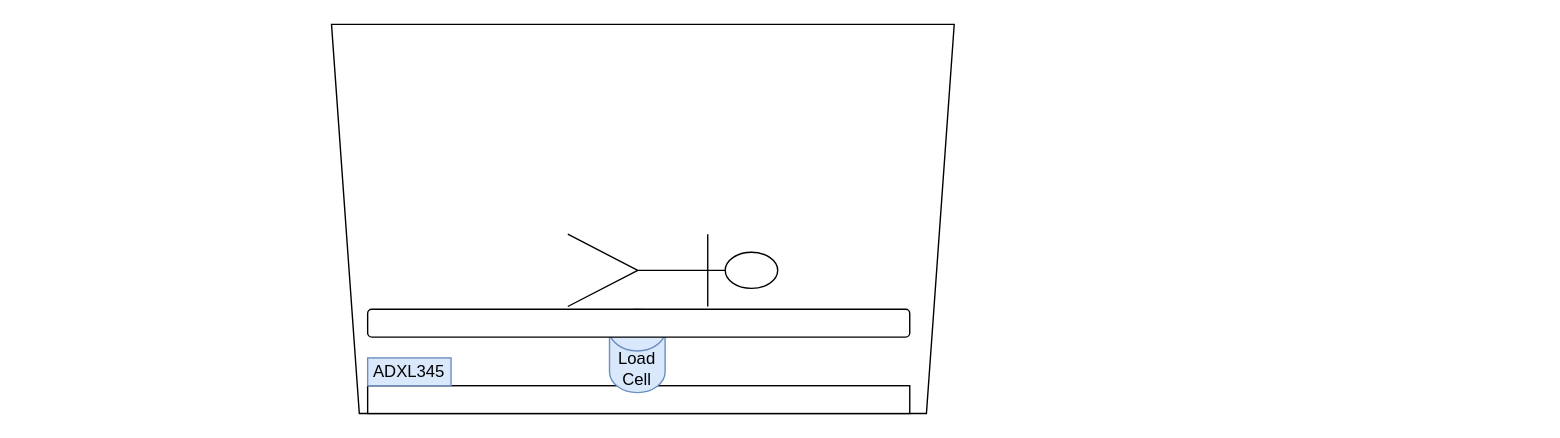
Above: sensor_placement_diagram.drawio in goblingift/DrawIO (draw.io), before the change. Source tidied: cells renumbered, new cells numbered last; positions are measured from the earlier drawing's top-left corner, leaving out a move shared by most shapes. Both pictures are drawn from the tidied source at 139%, with x=0, y=0 at pixel (331, 24). Pictures stored in the file or linked from it are replaced by grey dashed boxes.
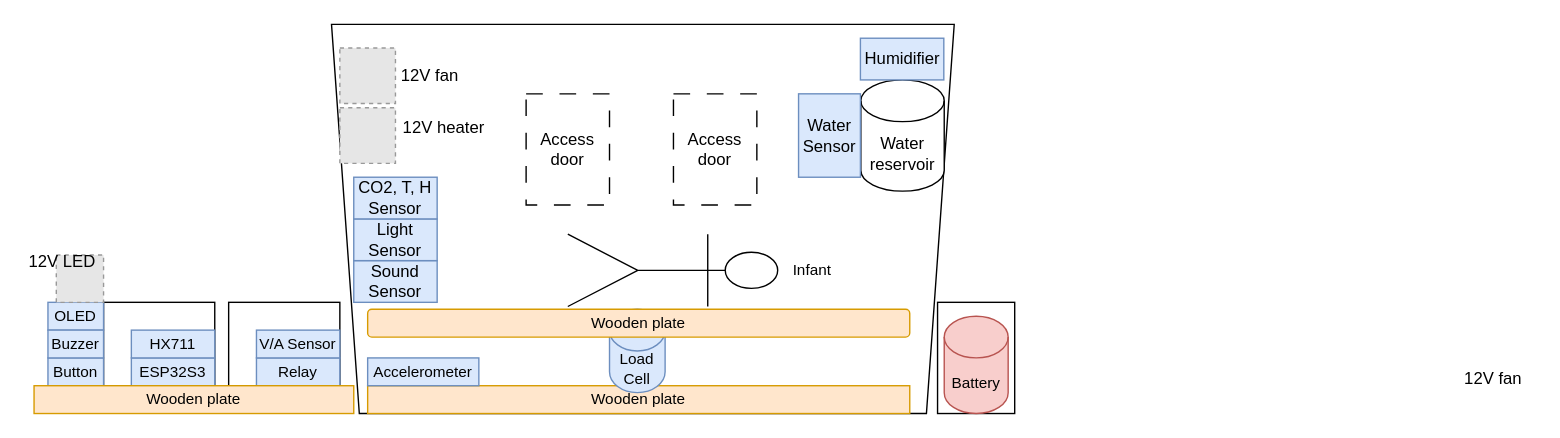
After the change.

What changed in the source:
```diff
@@
-    <mxCell id="2" style="shape=trapezoid;perimeter=trapezoidPerimeter;whiteSpace=wrap;html=1;fixedSize=1;rotation=-180;" parent="1" vertex="1">
+    <mxCell id="2" style="shape=trapezoid;perimeter=trapezoidPerimeter;whiteSpace=wrap;html=1;fixedSize=1;rotation=-180;fontSize=11;" parent="1" vertex="1">
       <mxGeometry width="448" height="280" as="geometry" />
     </mxCell>
-    <mxCell id="3" style="rounded=0;whiteSpace=wrap;html=1;" parent="1" vertex="1">
+    <mxCell id="3" value="Wooden plate" style="rounded=0;whiteSpace=wrap;html=1;fillColor=#ffe6cc;strokeColor=#d79b00;fontSize=11;" parent="1" vertex="1">
       <mxGeometry x="26" y="260" width="390" height="20" as="geometry" />
     </mxCell>
-    <mxCell id="4" value="Load&lt;div&gt;Cell&lt;/div&gt;" style="shape=cylinder3;whiteSpace=wrap;html=1;boundedLbl=1;backgroundOutline=1;size=15;fillColor=#dae8fc;strokeColor=#6c8ebf;" parent="1" vertex="1">
+    <mxCell id="4" value="Load&lt;div&gt;Cell&lt;/div&gt;" style="shape=cylinder3;whiteSpace=wrap;html=1;boundedLbl=1;backgroundOutline=1;size=15;fillColor=#dae8fc;strokeColor=#6c8ebf;fontSize=11;" parent="1" vertex="1">
       <mxGeometry x="200" y="205" width="40" height="60" as="geometry" />
     </mxCell>
-    <mxCell id="5" style="rounded=1;whiteSpace=wrap;html=1;" parent="1" vertex="1">
+    <mxCell id="5" value="Wooden plate" style="rounded=1;whiteSpace=wrap;html=1;fillColor=#ffe6cc;strokeColor=#d79b00;fontSize=11;" parent="1" vertex="1">
       <mxGeometry x="26" y="205" width="390" height="20" as="geometry" />
     </mxCell>
-    <mxCell id="6" value="ADXL345" style="rounded=0;whiteSpace=wrap;html=1;fillColor=#dae8fc;strokeColor=#6c8ebf;" parent="1" vertex="1">
-      <mxGeometry x="26" y="240" width="60" height="20" as="geometry" />
+    <mxCell id="6" value="Accelerometer" style="rounded=0;whiteSpace=wrap;html=1;fillColor=#dae8fc;strokeColor=#6c8ebf;fontSize=11;" parent="1" vertex="1">
+      <mxGeometry x="26" y="240" width="80" height="20" as="geometry" />
     </mxCell>
-    <mxCell id="7" style="shape=umlActor;verticalLabelPosition=bottom;verticalAlign=top;html=1;rotation=90;" parent="1" vertex="1">
+    <mxCell id="7" style="shape=umlActor;verticalLabelPosition=bottom;verticalAlign=top;html=1;rotation=90;fontSize=11;" parent="1" vertex="1">
       <mxGeometry x="219.5" y="101.5" width="52" height="151" as="geometry" />
     </mxCell>
+    <mxCell id="8" style="rounded=0;whiteSpace=wrap;html=1;fontSize=11;" parent="1" vertex="1">
+      <mxGeometry x="-74" y="200" width="80" height="60" as="geometry" />
+    </mxCell>
+    <mxCell id="9" style="rounded=0;whiteSpace=wrap;html=1;fontSize=11;" parent="1" vertex="1">
+      <mxGeometry x="-164" y="200" width="80" height="60" as="geometry" />
+    </mxCell>
+    <mxCell id="10" value="OLED" style="rounded=0;whiteSpace=wrap;html=1;fillColor=#dae8fc;strokeColor=#6c8ebf;fontSize=11;" parent="1" vertex="1">
+      <mxGeometry x="-204" y="200" width="40" height="20" as="geometry" />
+    </mxCell>
+    <mxCell id="11" value="Button" style="rounded=0;whiteSpace=wrap;html=1;fillColor=#dae8fc;strokeColor=#6c8ebf;fontSize=11;" parent="1" vertex="1">
+      <mxGeometry x="-204" y="240" width="40" height="20" as="geometry" />
+    </mxCell>
+    <mxCell id="12" style="rounded=0;whiteSpace=wrap;html=1;fontSize=11;" parent="1" vertex="1">
+      <mxGeometry x="436" y="200" width="55.5" height="80" as="geometry" />
+    </mxCell>
+    <mxCell id="13" value="Battery" style="shape=cylinder3;whiteSpace=wrap;html=1;boundedLbl=1;backgroundOutline=1;size=15;fillColor=#f8cecc;strokeColor=#b85450;fontSize=11;" parent="1" vertex="1">
+      <mxGeometry x="440.8" y="210" width="46" height="70" as="geometry" />
+    </mxCell>
+    <mxCell id="14" value="Infant" style="text;html=1;whiteSpace=wrap;strokeColor=none;fillColor=none;align=center;verticalAlign=middle;rounded=0;fontSize=11;" parent="1" vertex="1">
+      <mxGeometry x="326" y="162" width="40" height="30" as="geometry" />
+    </mxCell>
+    <mxCell id="15" value="ESP32S3" style="rounded=0;whiteSpace=wrap;html=1;fillColor=#dae8fc;strokeColor=#6c8ebf;fontSize=11;" parent="1" vertex="1">
+      <mxGeometry x="-144" y="240" width="60" height="20" as="geometry" />
+    </mxCell>
+    <mxCell id="16" value="Relay" style="rounded=0;whiteSpace=wrap;html=1;fillColor=#dae8fc;strokeColor=#6c8ebf;fontSize=11;" parent="1" vertex="1">
+      <mxGeometry x="-54" y="240" width="60" height="20" as="geometry" />
+    </mxCell>
+    <mxCell id="17" value="Buzzer" style="rounded=0;whiteSpace=wrap;html=1;fillColor=#dae8fc;strokeColor=#6c8ebf;fontSize=11;" parent="1" vertex="1">
+      <mxGeometry x="-204" y="220" width="40" height="20" as="geometry" />
+    </mxCell>
+    <mxCell id="18" value="Water&lt;div&gt;reservoir&lt;/div&gt;" style="shape=cylinder3;whiteSpace=wrap;html=1;boundedLbl=1;backgroundOutline=1;size=15;" parent="1" vertex="1">
+      <mxGeometry x="380.8" y="40" width="60" height="80" as="geometry" />
+    </mxCell>
+    <mxCell id="19" value="Water&lt;div&gt;Sensor&lt;/div&gt;" style="rounded=0;whiteSpace=wrap;html=1;fillColor=#dae8fc;strokeColor=#6c8ebf;" parent="1" vertex="1">
+      <mxGeometry x="336" y="50" width="44.5" height="60" as="geometry" />
+    </mxCell>
+    <mxCell id="20" value="Humidifier" style="rounded=0;whiteSpace=wrap;html=1;fillColor=#dae8fc;strokeColor=#6c8ebf;" parent="1" vertex="1">
+      <mxGeometry x="380.5" y="10" width="60" height="30" as="geometry" />
+    </mxCell>
+    <mxCell id="21" value="HX711" style="rounded=0;whiteSpace=wrap;html=1;fillColor=#dae8fc;strokeColor=#6c8ebf;fontSize=11;" parent="1" vertex="1">
+      <mxGeometry x="-144" y="220" width="60" height="20" as="geometry" />
+    </mxCell>
+    <mxCell id="22" value="&lt;div&gt;Sound&lt;/div&gt;&lt;div&gt;Sensor&lt;/div&gt;" style="rounded=0;whiteSpace=wrap;html=1;fillColor=#dae8fc;strokeColor=#6c8ebf;" parent="1" vertex="1">
+      <mxGeometry x="16" y="170" width="60" height="30" as="geometry" />
+    </mxCell>
+    <mxCell id="23" value="&lt;div&gt;Light&lt;/div&gt;&lt;div&gt;Sensor&lt;/div&gt;" style="rounded=0;whiteSpace=wrap;html=1;fillColor=#dae8fc;strokeColor=#6c8ebf;" parent="1" vertex="1">
+      <mxGeometry x="16" y="140" width="60" height="30" as="geometry" />
+    </mxCell>
+    <mxCell id="24" value="&lt;div&gt;CO2, T, H&lt;/div&gt;&lt;div&gt;Sensor&lt;/div&gt;" style="rounded=0;whiteSpace=wrap;html=1;fillColor=#dae8fc;strokeColor=#6c8ebf;" parent="1" vertex="1">
+      <mxGeometry x="16" y="110" width="60" height="30" as="geometry" />
+    </mxCell>
+    <mxCell id="25" value="V/A Sensor" style="rounded=0;whiteSpace=wrap;html=1;fillColor=#dae8fc;strokeColor=#6c8ebf;fontSize=11;" parent="1" vertex="1">
+      <mxGeometry x="-54" y="220" width="60" height="20" as="geometry" />
+    </mxCell>
+    <mxCell id="26" style="fillColor=#E6E6E6;strokeColor=#999999;dashed=1;html=1;verticalAlign=top;verticalLabelPosition=bottom;" parent="1" vertex="1">
+      <mxGeometry x="6" y="17" width="40" height="40" as="geometry" />
+    </mxCell>
+    <mxCell id="27" style="fillColor=#E6E6E6;strokeColor=#999999;dashed=1;html=1;verticalAlign=top;verticalLabelPosition=bottom;" parent="1" vertex="1">
+      <mxGeometry x="6" y="60" width="40" height="40" as="geometry" />
+    </mxCell>
+    <mxCell id="28" value="12V fan" style="text;html=1;whiteSpace=wrap;strokeColor=none;fillColor=none;align=center;verticalAlign=middle;rounded=0;" parent="1" vertex="1">
+      <mxGeometry x="806" y="240" width="60" height="30" as="geometry" />
+    </mxCell>
+    <mxCell id="29" value="12V heater" style="text;html=1;whiteSpace=wrap;strokeColor=none;fillColor=none;align=center;verticalAlign=middle;rounded=0;" parent="1" vertex="1">
+      <mxGeometry x="46" y="60" width="70" height="30" as="geometry" />
+    </mxCell>
+    <mxCell id="30" value="12V fan" style="text;html=1;whiteSpace=wrap;strokeColor=none;fillColor=none;align=center;verticalAlign=middle;rounded=0;" parent="1" vertex="1">
+      <mxGeometry x="46" y="22" width="50" height="30" as="geometry" />
+    </mxCell>
+    <mxCell id="31" style="fillColor=#E6E6E6;strokeColor=#999999;dashed=1;html=1;verticalAlign=top;verticalLabelPosition=bottom;labelBackgroundColor=#ffffff;" parent="1" vertex="1">
+      <mxGeometry x="-198" y="166" width="34" height="34" as="geometry" />
+    </mxCell>
+    <mxCell id="32" value="12V LED" style="text;html=1;whiteSpace=wrap;strokeColor=none;fillColor=none;align=center;verticalAlign=middle;rounded=0;" parent="1" vertex="1">
+      <mxGeometry x="-221.5" y="156" width="55" height="30" as="geometry" />
+    </mxCell>
+    <mxCell id="33" value="Wooden plate" style="rounded=0;whiteSpace=wrap;html=1;fillColor=#ffe6cc;strokeColor=#d79b00;fontSize=11;" parent="1" vertex="1">
+      <mxGeometry x="-214" y="260" width="230" height="20" as="geometry" />
+    </mxCell>
+    <mxCell id="34" style="rounded=0;whiteSpace=wrap;html=1;dashed=1;dashPattern=12 12;" parent="1" vertex="1">
+      <mxGeometry x="140" y="50" width="60" height="80" as="geometry" />
+    </mxCell>
+    <mxCell id="35" style="rounded=0;whiteSpace=wrap;html=1;dashed=1;dashPattern=12 12;" parent="1" vertex="1">
+      <mxGeometry x="246" y="50" width="60" height="80" as="geometry" />
+    </mxCell>
+    <mxCell id="36" value="Access door" style="text;html=1;whiteSpace=wrap;strokeColor=none;fillColor=none;align=center;verticalAlign=middle;rounded=0;" parent="1" vertex="1">
+      <mxGeometry x="140" y="75" width="60" height="30" as="geometry" />
+    </mxCell>
+    <mxCell id="37" value="Access door" style="text;html=1;whiteSpace=wrap;strokeColor=none;fillColor=none;align=center;verticalAlign=middle;rounded=0;" parent="1" vertex="1">
+      <mxGeometry x="246" y="75" width="60" height="30" as="geometry" />
+    </mxCell>
```
